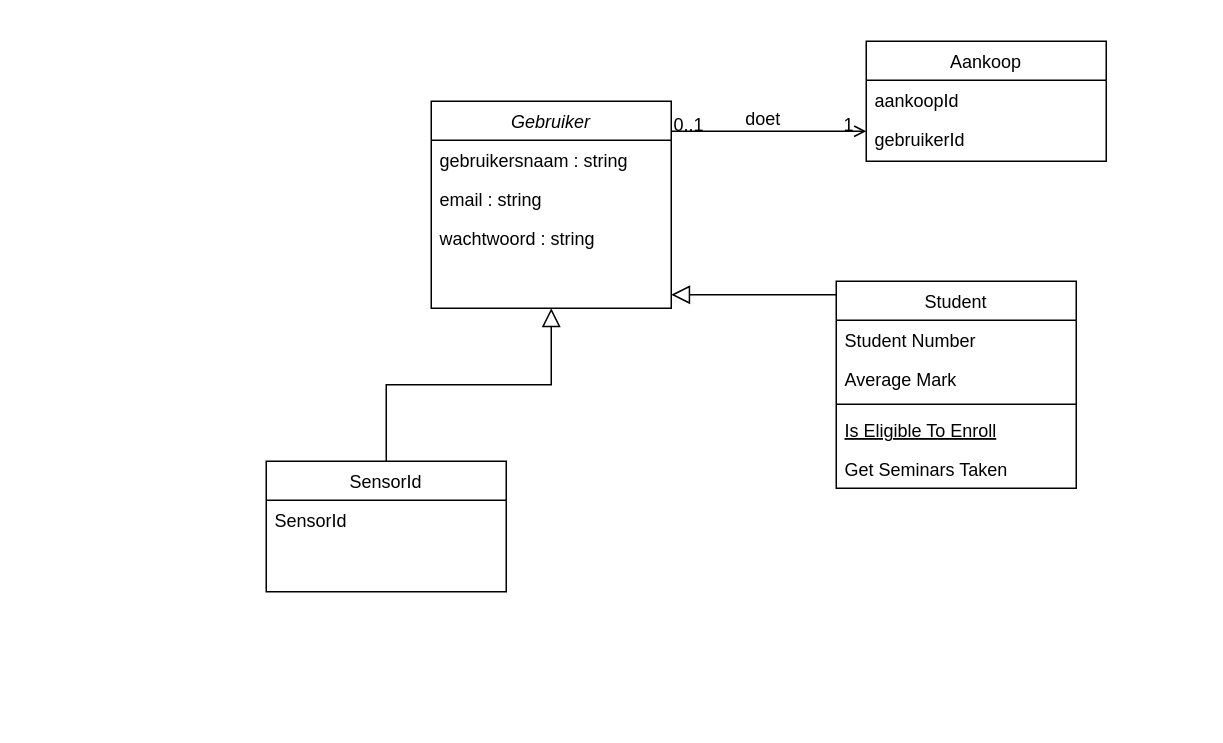
This is src/KlassenDiagram.drawio from hamza071/CO2MPARE, a draw.io file, before an edit. Source tidied: cells renumbered, new cells numbered last; positions are measured from the earlier drawing's top-left corner, leaving out a move shared by most shapes. Both pictures are drawn from the tidied source at 150%, with x=0, y=0 at pixel (266, 40).
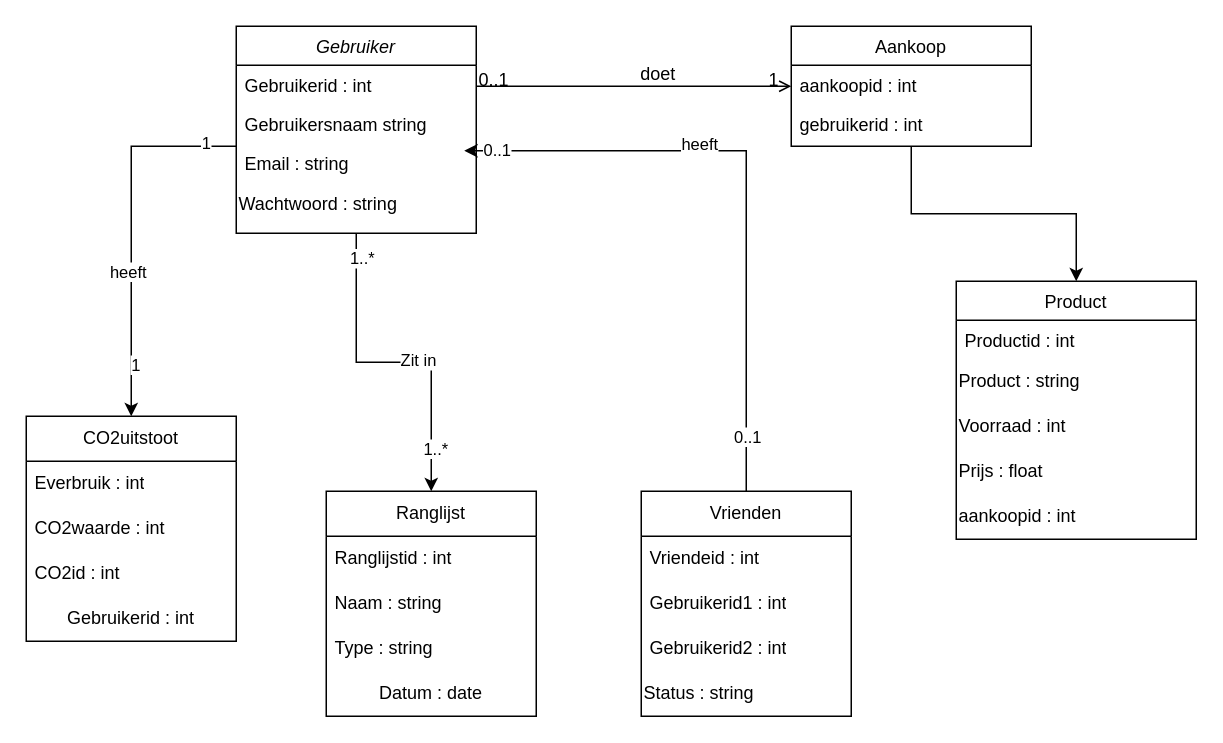
The same page after the edit.

Change to the diagram source:
```diff
@@
+    <mxCell id="23" style="edgeStyle=orthogonalEdgeStyle;rounded=0;jettySize=auto;html=1;entryX=0.5;entryY=0;entryDx=0;entryDy=0;" parent="1" edge="1" source="2" target="44">
+      <mxGeometry relative="1" as="geometry" />
+    </mxCell>
+    <mxCell id="24" value="1..*" style="edgeLabel;html=1;align=center;verticalAlign=middle;" parent="23" vertex="1">
+      <mxGeometry x="-0.86" y="3" relative="1" as="geometry" />
+    </mxCell>
+    <mxCell id="25" value="Zit in&amp;nbsp;" style="edgeLabel;html=1;align=center;verticalAlign=middle;" parent="23" vertex="1">
+      <mxGeometry x="0.15" y="2" relative="1" as="geometry" />
+    </mxCell>
+    <mxCell id="26" value="1..*" style="edgeLabel;html=1;align=center;verticalAlign=middle;" parent="23" vertex="1">
+      <mxGeometry x="0.74" y="2" relative="1" as="geometry" />
+    </mxCell>
+    <mxCell id="27" style="edgeStyle=orthogonalEdgeStyle;rounded=0;jettySize=auto;html=1;entryX=0.5;entryY=0;entryDx=0;entryDy=0;" parent="1" edge="1" source="2" target="33">
+      <mxGeometry relative="1" as="geometry">
+        <Array as="points">
+          <mxPoint x="-90" y="70" />
+        </Array>
+      </mxGeometry>
+    </mxCell>
+    <mxCell id="28" value="heeft" style="edgeLabel;html=1;align=center;verticalAlign=middle;" parent="27" vertex="1">
+      <mxGeometry x="0.22" y="-3" relative="1" as="geometry" />
+    </mxCell>
+    <mxCell id="29" value="1" style="edgeLabel;html=1;align=center;verticalAlign=middle;" parent="27" vertex="1">
+      <mxGeometry x="-0.83" y="-3" relative="1" as="geometry" />
+    </mxCell>
+    <mxCell id="30" value="1" style="edgeLabel;html=1;align=center;verticalAlign=middle;" parent="27" vertex="1">
+      <mxGeometry x="0.72" y="2" relative="1" as="geometry" />
+    </mxCell>
     <mxCell id="2" value="Gebruiker" style="swimlane;fontStyle=2;align=center;verticalAlign=top;horizontal=1;startSize=26;rounded=0;shadow=0;strokeWidth=1;" parent="1" vertex="1">
-      <mxGeometry x="110" y="40" width="160" height="138" as="geometry" />
+      <mxGeometry x="-20" y="-10" width="160" height="138" as="geometry" />
     </mxCell>
-    <mxCell id="3" value="gebruikersnaam : string" style="text;align=left;verticalAlign=top;spacingLeft=4;spacingRight=4;overflow=hidden;" parent="2" vertex="1">
+    <mxCell id="3" value="Gebruikerid : int" style="text;align=left;verticalAlign=top;spacingLeft=4;spacingRight=4;overflow=hidden;" parent="2" vertex="1">
       <mxGeometry y="26" width="160" height="26" as="geometry" />
     </mxCell>
-    <mxCell id="4" value="email : string" style="text;align=left;verticalAlign=top;spacingLeft=4;spacingRight=4;overflow=hidden;rounded=0;shadow=0;html=0;" parent="2" vertex="1">
+    <mxCell id="4" value="Gebruikersnaam string" style="text;align=left;verticalAlign=top;spacingLeft=4;spacingRight=4;overflow=hidden;rounded=0;shadow=0;html=0;" parent="2" vertex="1">
       <mxGeometry y="52" width="160" height="26" as="geometry" />
     </mxCell>
-    <mxCell id="5" value="wachtwoord : string " style="text;align=left;verticalAlign=top;spacingLeft=4;spacingRight=4;overflow=hidden;points=[[0,0.5],[1,0.5]];portConstraint=eastwest;rounded=0;shadow=0;html=0;" parent="2" vertex="1">
+    <mxCell id="5" value="Email : string" style="text;align=left;verticalAlign=top;spacingLeft=4;spacingRight=4;overflow=hidden;points=[[0,0.5],[1,0.5]];portConstraint=eastwest;rounded=0;shadow=0;html=0;" parent="2" vertex="1">
       <mxGeometry y="78" width="160" height="26" as="geometry" />
     </mxCell>
-    <mxCell id="6" value="Student" style="swimlane;fontStyle=0;align=center;verticalAlign=top;horizontal=1;startSize=26;rounded=0;shadow=0;strokeWidth=1;" parent="1" vertex="1">
-      <mxGeometry x="380" y="160" width="160" height="138" as="geometry" />
-    </mxCell>
-    <mxCell id="7" value="Student Number" style="text;align=left;verticalAlign=top;spacingLeft=4;spacingRight=4;overflow=hidden;" parent="6" vertex="1">
-      <mxGeometry y="26" width="160" height="26" as="geometry" />
-    </mxCell>
-    <mxCell id="8" value="Average Mark" style="text;align=left;verticalAlign=top;spacingLeft=4;spacingRight=4;overflow=hidden;rounded=0;shadow=0;html=0;" parent="6" vertex="1">
-      <mxGeometry y="52" width="160" height="26" as="geometry" />
-    </mxCell>
-    <mxCell id="9" style="line;html=1;strokeWidth=1;align=left;verticalAlign=middle;spacingTop=-1;spacingLeft=3;spacingRight=3;labelPosition=right;" parent="6" vertex="1">
-      <mxGeometry y="78" width="160" height="8" as="geometry" />
-    </mxCell>
-    <mxCell id="10" value="Is Eligible To Enroll" style="text;align=left;verticalAlign=top;spacingLeft=4;spacingRight=4;overflow=hidden;fontStyle=4;" parent="6" vertex="1">
-      <mxGeometry y="86" width="160" height="26" as="geometry" />
-    </mxCell>
-    <mxCell id="11" value="Get Seminars Taken" style="text;align=left;verticalAlign=top;spacingLeft=4;spacingRight=4;overflow=hidden;" parent="6" vertex="1">
-      <mxGeometry y="112" width="160" height="26" as="geometry" />
-    </mxCell>
-    <mxCell id="12" style="endArrow=block;endSize=10;endFill=0;shadow=0;strokeWidth=1;rounded=0;curved=0;edgeStyle=elbowEdgeStyle;elbow=vertical;" parent="1" edge="1" source="6" target="2">
-      <mxGeometry relative="1" as="geometry" />
-    </mxCell>
-    <mxCell id="13" value="SensorId" style="swimlane;fontStyle=0;align=center;verticalAlign=top;horizontal=1;startSize=26;rounded=0;shadow=0;strokeWidth=1;" parent="1" vertex="1">
-      <mxGeometry y="280" width="160" height="87" as="geometry" />
-    </mxCell>
-    <mxCell id="14" value="SensorId" style="text;align=left;verticalAlign=top;spacingLeft=4;spacingRight=4;overflow=hidden;" parent="13" vertex="1">
-      <mxGeometry y="26" width="160" height="26" as="geometry" />
-    </mxCell>
-    <mxCell id="15" style="endArrow=block;endSize=10;endFill=0;shadow=0;strokeWidth=1;rounded=0;curved=0;edgeStyle=elbowEdgeStyle;elbow=vertical;" parent="1" edge="1" source="13" target="2">
-      <mxGeometry relative="1" as="geometry" />
-    </mxCell>
+    <mxCell id="31" value="Wachtwoord : string" style="text;html=1;align=left;verticalAlign=middle;strokeColor=none;fillColor=none;" parent="2" vertex="1">
+      <mxGeometry y="104" width="160" height="30" as="geometry" />
+    </mxCell>
+    <mxCell id="32" style="edgeStyle=orthogonalEdgeStyle;rounded=0;jettySize=auto;html=1;" parent="1" edge="1" source="16" target="38">
+      <mxGeometry relative="1" as="geometry" />
+    </mxCell>
     <mxCell id="16" value="Aankoop" style="swimlane;fontStyle=0;align=center;verticalAlign=top;horizontal=1;startSize=26;rounded=0;shadow=0;strokeWidth=1;" parent="1" vertex="1">
-      <mxGeometry x="400" width="160" height="80" as="geometry" />
+      <mxGeometry x="350" y="-10" width="160" height="80" as="geometry" />
     </mxCell>
-    <mxCell id="17" value="aankoopId" style="text;align=left;verticalAlign=top;spacingLeft=4;spacingRight=4;overflow=hidden;" parent="16" vertex="1">
+    <mxCell id="17" value="aankoopid : int" style="text;align=left;verticalAlign=top;spacingLeft=4;spacingRight=4;overflow=hidden;" parent="16" vertex="1">
       <mxGeometry y="26" width="160" height="26" as="geometry" />
     </mxCell>
-    <mxCell id="18" value="gebruikerId" style="text;align=left;verticalAlign=top;spacingLeft=4;spacingRight=4;overflow=hidden;rounded=0;shadow=0;html=0;" parent="16" vertex="1">
+    <mxCell id="18" value="gebruikerid : int" style="text;align=left;verticalAlign=top;spacingLeft=4;spacingRight=4;overflow=hidden;rounded=0;shadow=0;html=0;" parent="16" vertex="1">
       <mxGeometry y="52" width="160" height="28" as="geometry" />
     </mxCell>
@@
+    <mxCell id="33" value="CO2uitstoot" style="swimlane;fontStyle=0;horizontal=1;startSize=30;whiteSpace=wrap;html=1;" parent="1" vertex="1">
+      <mxGeometry x="-160" y="250" width="140" height="150" as="geometry" />
+    </mxCell>
+    <mxCell id="34" value="Everbruik : int" style="text;strokeColor=none;fillColor=none;align=left;verticalAlign=middle;spacingLeft=4;spacingRight=4;overflow=hidden;whiteSpace=wrap;html=1;" parent="33" vertex="1">
+      <mxGeometry y="30" width="140" height="30" as="geometry" />
+    </mxCell>
+    <mxCell id="35" value="CO2waarde : int" style="text;strokeColor=none;fillColor=none;align=left;verticalAlign=middle;spacingLeft=4;spacingRight=4;overflow=hidden;whiteSpace=wrap;html=1;" parent="33" vertex="1">
+      <mxGeometry y="60" width="140" height="30" as="geometry" />
+    </mxCell>
+    <mxCell id="36" value="CO2id : int" style="text;strokeColor=none;fillColor=none;align=left;verticalAlign=middle;spacingLeft=4;spacingRight=4;overflow=hidden;whiteSpace=wrap;html=1;" parent="33" vertex="1">
+      <mxGeometry y="90" width="140" height="30" as="geometry" />
+    </mxCell>
+    <mxCell id="37" value="Gebruikerid : int" style="text;html=1;align=center;verticalAlign=middle;whiteSpace=wrap;rounded=0;" parent="33" vertex="1">
+      <mxGeometry y="120" width="140" height="30" as="geometry" />
+    </mxCell>
+    <mxCell id="38" value="Product" style="swimlane;fontStyle=0;align=center;verticalAlign=top;horizontal=1;startSize=26;rounded=0;shadow=0;strokeWidth=1;" parent="1" vertex="1">
+      <mxGeometry x="460" y="160" width="160" height="172" as="geometry" />
+    </mxCell>
+    <mxCell id="39" value="Productid : int" style="text;align=left;verticalAlign=top;spacingLeft=4;spacingRight=4;overflow=hidden;" parent="38" vertex="1">
+      <mxGeometry y="26" width="160" height="26" as="geometry" />
+    </mxCell>
+    <mxCell id="40" value="Product : string" style="text;html=1;align=left;verticalAlign=middle;whiteSpace=wrap;rounded=0;" parent="38" vertex="1">
+      <mxGeometry y="52" width="160" height="30" as="geometry" />
+    </mxCell>
+    <mxCell id="41" value="Voorraad : int" style="text;html=1;align=left;verticalAlign=middle;whiteSpace=wrap;rounded=0;" parent="38" vertex="1">
+      <mxGeometry y="82" width="160" height="30" as="geometry" />
+    </mxCell>
+    <mxCell id="42" value="Prijs : float" style="text;html=1;align=left;verticalAlign=middle;whiteSpace=wrap;rounded=0;" parent="38" vertex="1">
+      <mxGeometry y="112" width="160" height="30" as="geometry" />
+    </mxCell>
+    <mxCell id="43" value="aankoopid : int" style="text;html=1;align=left;verticalAlign=middle;whiteSpace=wrap;rounded=0;" parent="38" vertex="1">
+      <mxGeometry y="142" width="160" height="30" as="geometry" />
+    </mxCell>
+    <mxCell id="44" value="Ranglijst" style="swimlane;fontStyle=0;horizontal=1;startSize=30;whiteSpace=wrap;html=1;" parent="1" vertex="1">
+      <mxGeometry x="40" y="300" width="140" height="150" as="geometry" />
+    </mxCell>
+    <mxCell id="45" value="Ranglijstid : int" style="text;strokeColor=none;fillColor=none;align=left;verticalAlign=middle;spacingLeft=4;spacingRight=4;overflow=hidden;whiteSpace=wrap;html=1;" parent="44" vertex="1">
+      <mxGeometry y="30" width="140" height="30" as="geometry" />
+    </mxCell>
+    <mxCell id="46" value="Naam : string" style="text;strokeColor=none;fillColor=none;align=left;verticalAlign=middle;spacingLeft=4;spacingRight=4;overflow=hidden;whiteSpace=wrap;html=1;" parent="44" vertex="1">
+      <mxGeometry y="60" width="140" height="30" as="geometry" />
+    </mxCell>
+    <mxCell id="47" value="Type : string" style="text;strokeColor=none;fillColor=none;align=left;verticalAlign=middle;spacingLeft=4;spacingRight=4;overflow=hidden;whiteSpace=wrap;html=1;" parent="44" vertex="1">
+      <mxGeometry y="90" width="140" height="30" as="geometry" />
+    </mxCell>
+    <mxCell id="48" value="Datum : date" style="text;html=1;align=center;verticalAlign=middle;whiteSpace=wrap;rounded=0;" parent="44" vertex="1">
+      <mxGeometry y="120" width="140" height="30" as="geometry" />
+    </mxCell>
+    <mxCell id="49" value="Vrienden" style="swimlane;fontStyle=0;horizontal=1;startSize=30;whiteSpace=wrap;html=1;" parent="1" vertex="1">
+      <mxGeometry x="250" y="300" width="140" height="150" as="geometry" />
+    </mxCell>
+    <mxCell id="50" value="Vriendeid : int" style="text;strokeColor=none;fillColor=none;align=left;verticalAlign=middle;spacingLeft=4;spacingRight=4;overflow=hidden;whiteSpace=wrap;html=1;" parent="49" vertex="1">
+      <mxGeometry y="30" width="140" height="30" as="geometry" />
+    </mxCell>
+    <mxCell id="51" value="Gebruikerid1 : int" style="text;strokeColor=none;fillColor=none;align=left;verticalAlign=middle;spacingLeft=4;spacingRight=4;overflow=hidden;whiteSpace=wrap;html=1;" parent="49" vertex="1">
+      <mxGeometry y="60" width="140" height="30" as="geometry" />
+    </mxCell>
+    <mxCell id="52" value="Gebruikerid2 : int" style="text;strokeColor=none;fillColor=none;align=left;verticalAlign=middle;spacingLeft=4;spacingRight=4;overflow=hidden;whiteSpace=wrap;html=1;" parent="49" vertex="1">
+      <mxGeometry y="90" width="140" height="30" as="geometry" />
+    </mxCell>
+    <mxCell id="53" value="Status : string" style="text;html=1;align=left;verticalAlign=middle;whiteSpace=wrap;rounded=0;" parent="49" vertex="1">
+      <mxGeometry y="120" width="140" height="30" as="geometry" />
+    </mxCell>
+    <mxCell id="54" style="edgeStyle=orthogonalEdgeStyle;rounded=0;jettySize=auto;html=1;entryX=0.95;entryY=0.192;entryDx=0;entryDy=0;entryPerimeter=0;" parent="1" edge="1" source="49" target="5">
+      <mxGeometry relative="1" as="geometry" />
+    </mxCell>
+    <mxCell id="55" value="heeft" style="edgeLabel;html=1;align=center;verticalAlign=middle;" parent="54" vertex="1">
+      <mxGeometry x="0.25" y="-4" relative="1" as="geometry" />
+    </mxCell>
+    <mxCell id="56" value="0..1" style="edgeLabel;html=1;align=center;verticalAlign=middle;" parent="54" vertex="1">
+      <mxGeometry x="0.9" relative="1" as="geometry" />
+    </mxCell>
+    <mxCell id="57" value="0..1" style="edgeLabel;html=1;align=center;verticalAlign=middle;" parent="54" vertex="1">
+      <mxGeometry x="-0.82" relative="1" as="geometry" />
+    </mxCell>
```
